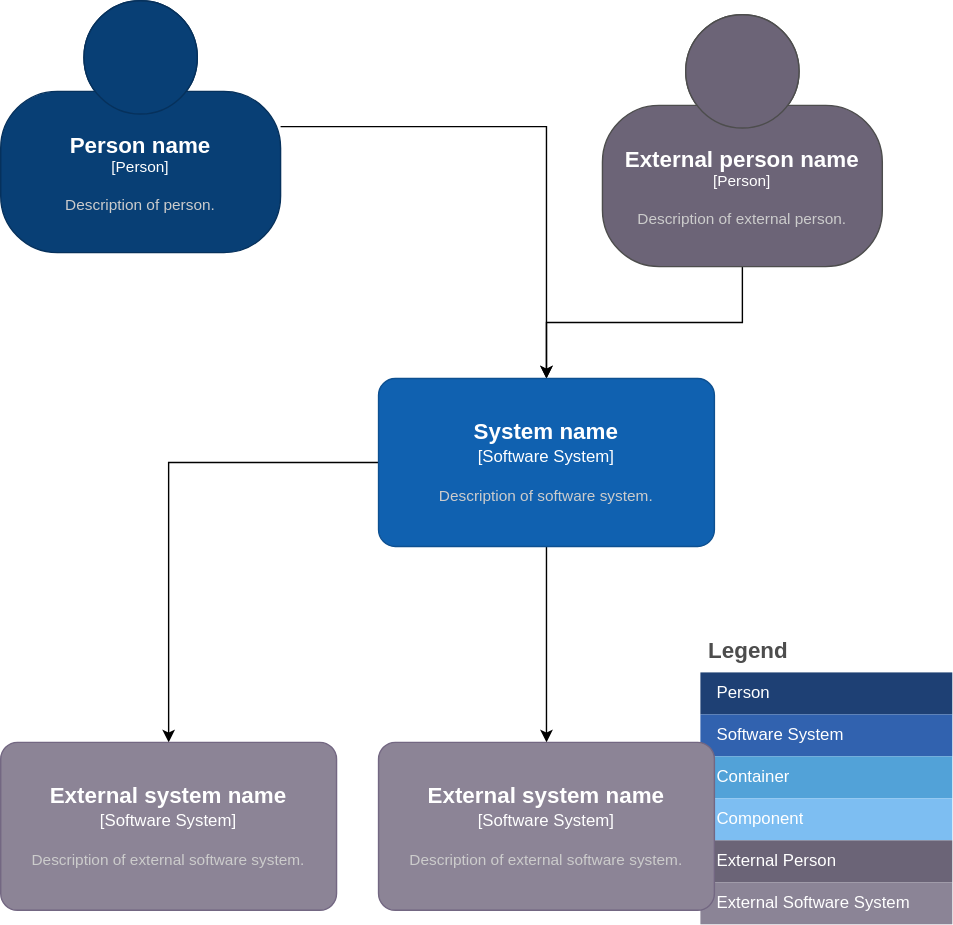
Above: Unbenanntes Diagramm.drawio.svg in wschaef/architecture-kata (draw.io), before the change. Source tidied: cells renumbered, new cells last; positions are measured from the earlier drawing's top-left corner, leaving out a move shared by most shapes.
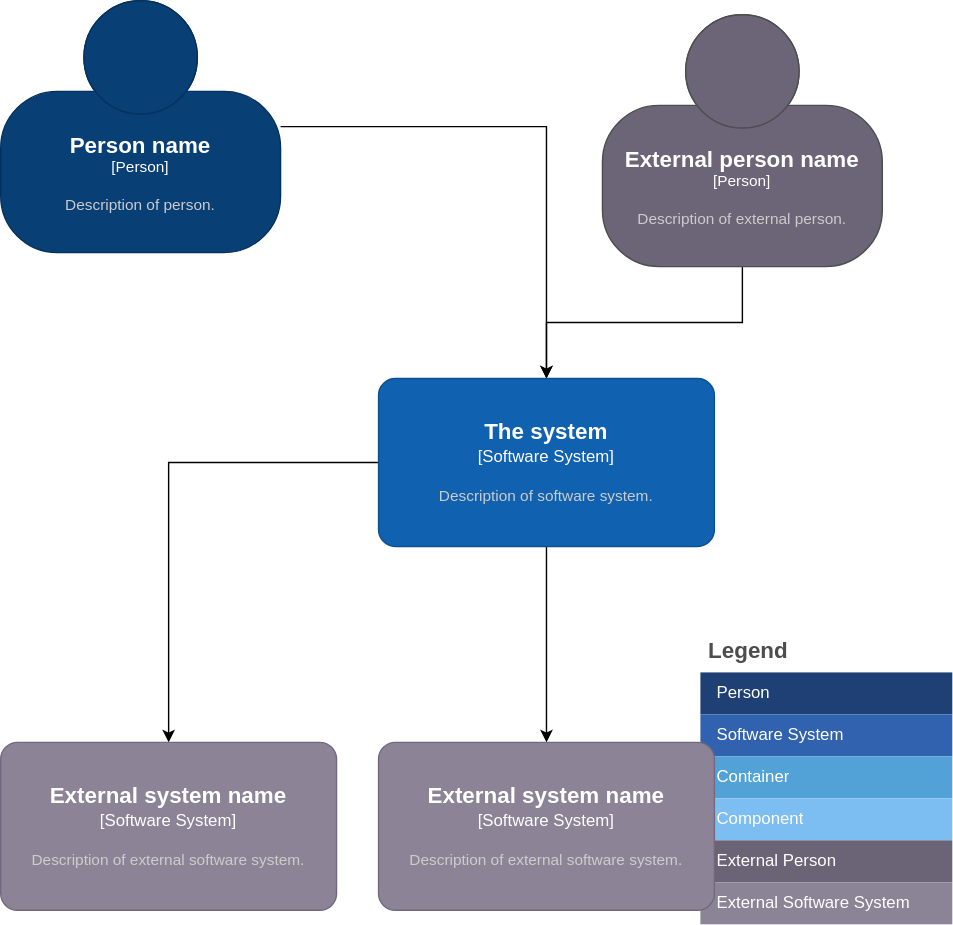
Above is the later version.

Change to the diagram source:
```diff
@@ -63,7 +63,7 @@
     <mxCell id="20" style="edgeStyle=orthogonalEdgeStyle;rounded=0;jettySize=auto;html=1;" parent="1" edge="1" source="21" target="23">
       <mxGeometry relative="1" as="geometry" />
     </mxCell>
-    <object id="21" label="&lt;font style=&quot;font-size: 16px&quot;&gt;&lt;b&gt;%c4Name%&lt;/b&gt;&lt;/font&gt;&lt;div&gt;[%c4Type%]&lt;/div&gt;&lt;br&gt;&lt;div&gt;&lt;font style=&quot;font-size: 11px&quot;&gt;&lt;font color=&quot;#cccccc&quot;&gt;%c4Description%&lt;/font&gt;&lt;/div&gt;" c4Description="Description of software system." c4Name="System name" c4Type="Software System" placeholders="1">
+    <object id="21" label="&lt;font style=&quot;font-size: 16px&quot;&gt;&lt;b&gt;%c4Name%&lt;/b&gt;&lt;/font&gt;&lt;div&gt;[%c4Type%]&lt;/div&gt;&lt;br&gt;&lt;div&gt;&lt;font style=&quot;font-size: 11px&quot;&gt;&lt;font color=&quot;#cccccc&quot;&gt;%c4Description%&lt;/font&gt;&lt;/div&gt;" c4Description="Description of software system." c4Name="The system" c4Type="Software System" placeholders="1">
       <mxCell style="rounded=1;whiteSpace=wrap;html=1;labelBackgroundColor=none;fillColor=#1061B0;fontColor=#ffffff;align=center;arcSize=10;strokeColor=#0D5091;points=[[0.25,0,0],[0.5,0,0],[0.75,0,0],[1,0.25,0],[1,0.5,0],[1,0.75,0],[0.75,1,0],[0.5,1,0],[0.25,1,0],[0,0.75,0],[0,0.5,0],[0,0.25,0]];" parent="1" vertex="1">
         <mxGeometry x="270" y="270" width="240" height="120" as="geometry" />
       </mxCell>
```
